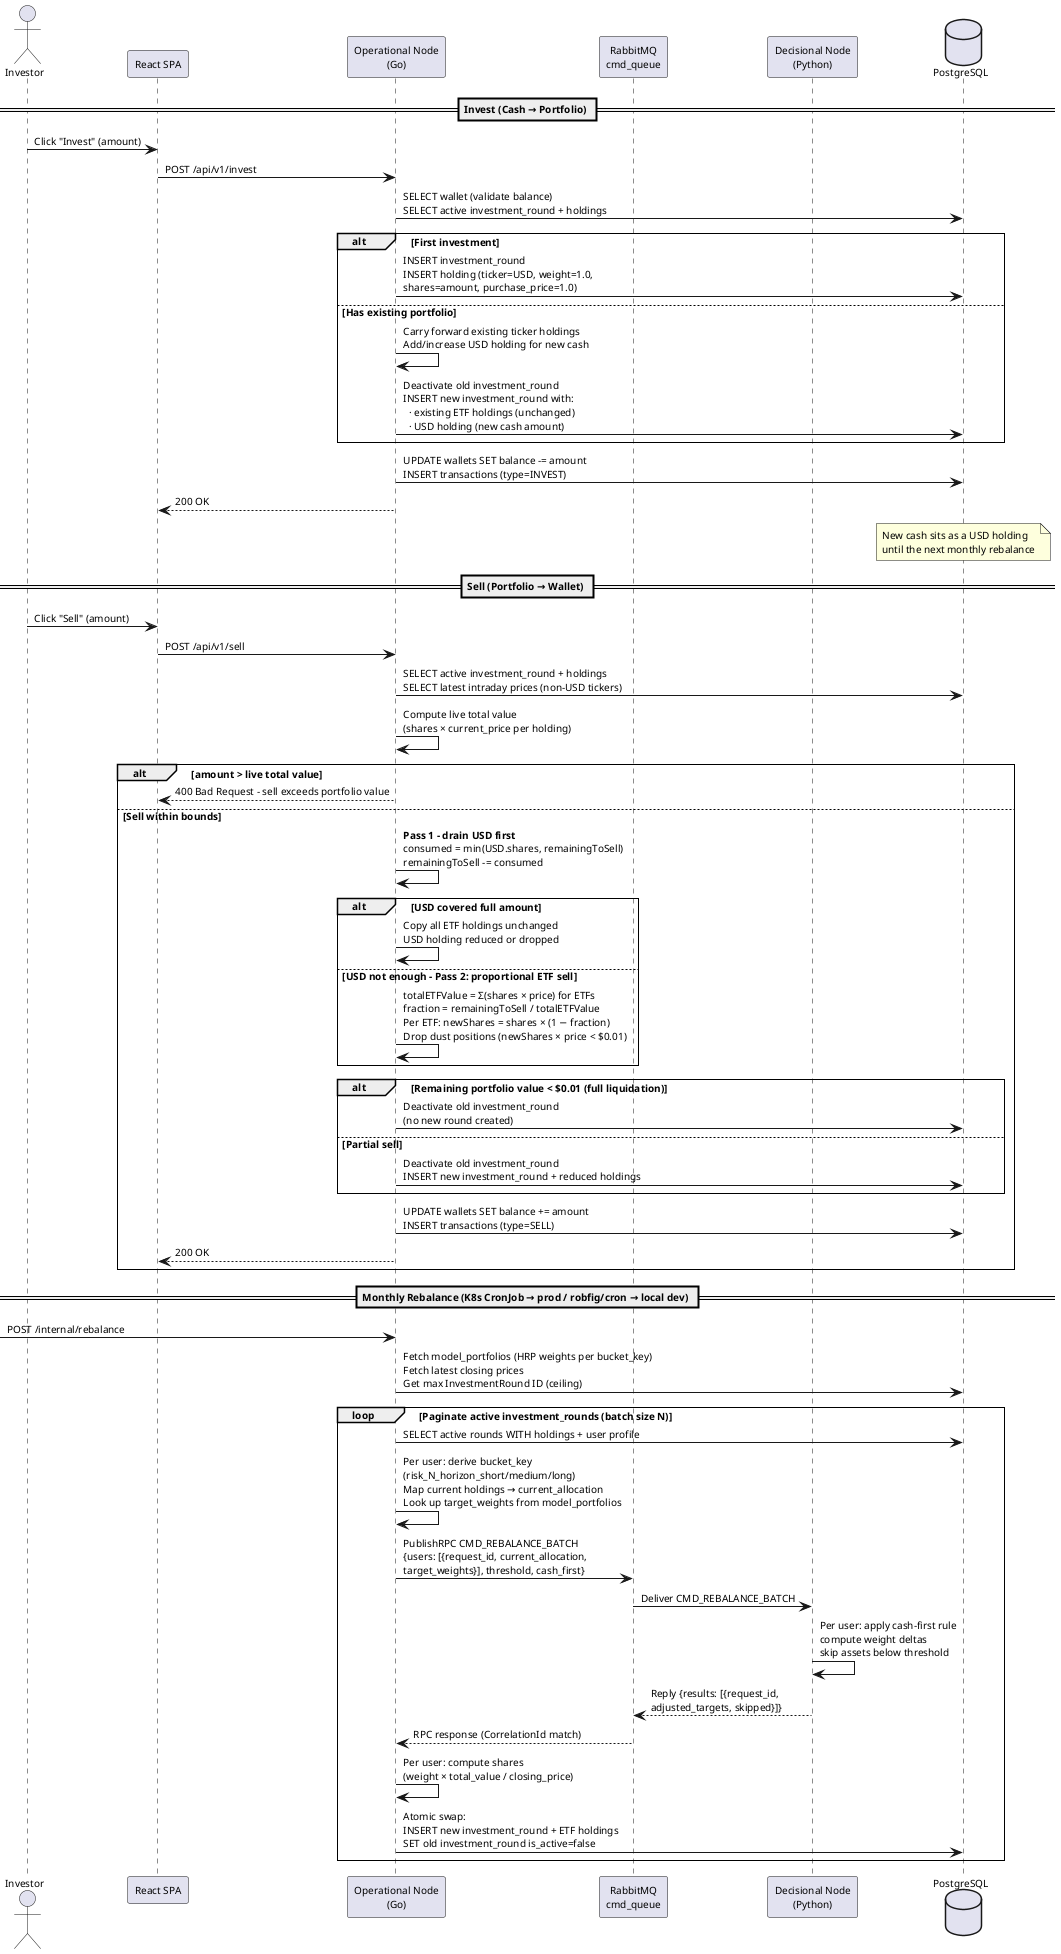
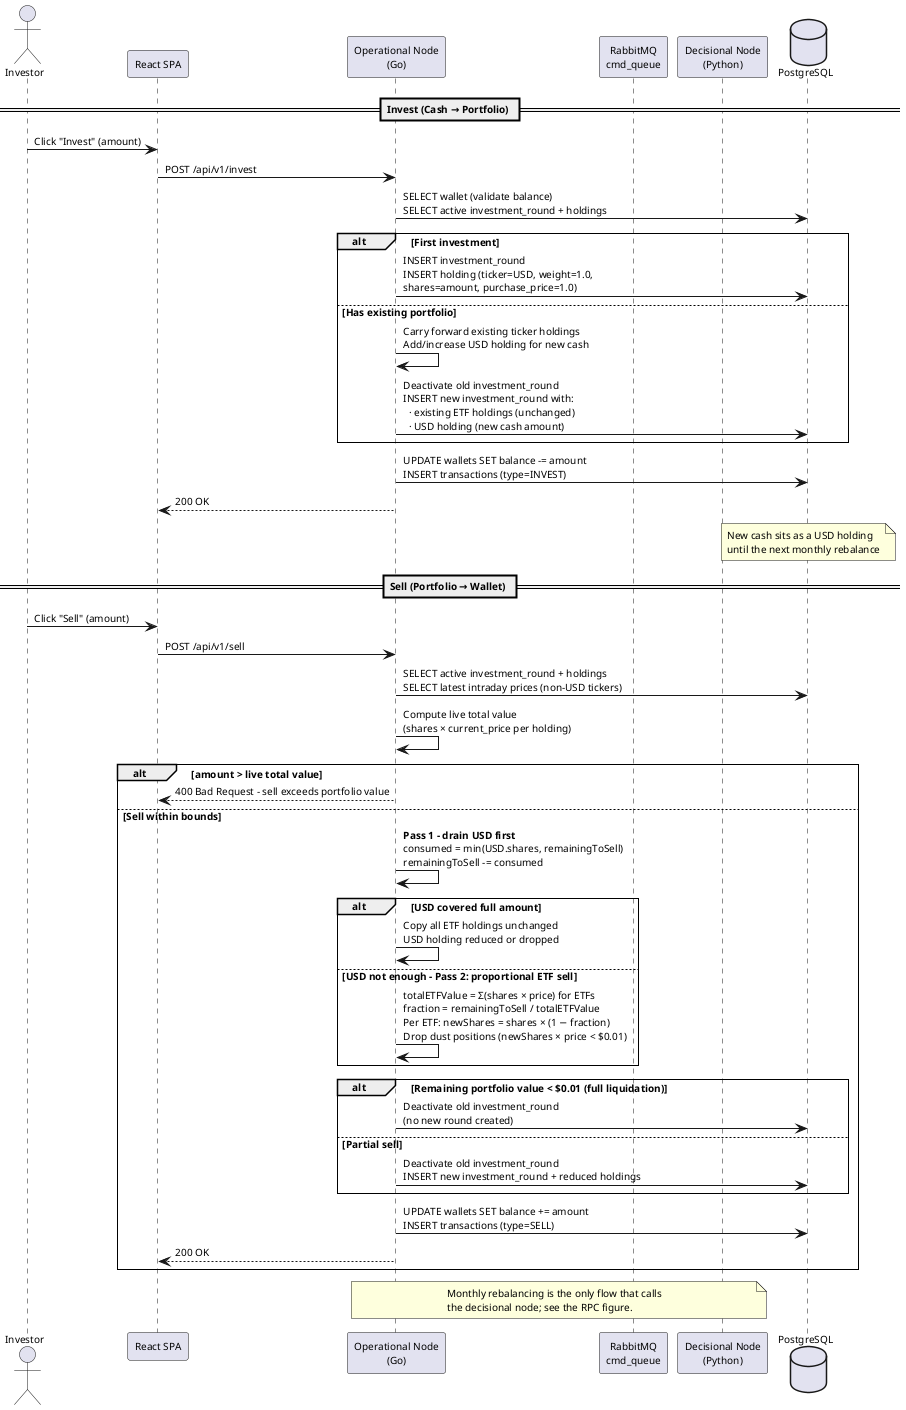
@startuml InvestPilot-Sequence-Investment
skinparam defaultFontSize 10
skinparam defaultFontName Arial
skinparam sequenceArrowThickness 1
skinparam sequenceGroupBorderThickness 1

actor "Investor" as User
participant "React SPA" as SPA
participant "Operational Node\n(Go)" as Go
participant "RabbitMQ\ncmd_queue" as MQ
participant "Decisional Node\n(Python)" as Python
database "PostgreSQL" as DB


== Invest (Cash → Portfolio) ==

User -> SPA : Click "Invest" (amount)
SPA -> Go : POST /api/v1/invest
Go -> DB : SELECT wallet (validate balance)\nSELECT active investment_round + holdings

alt First investment
    Go -> DB : INSERT investment_round\nINSERT holding (ticker=USD, weight=1.0,\nshares=amount, purchase_price=1.0)
else Has existing portfolio
    Go -> Go : Carry forward existing ticker holdings\nAdd/increase USD holding for new cash
    Go -> DB : Deactivate old investment_round\nINSERT new investment_round with:\n  · existing ETF holdings (unchanged)\n  · USD holding (new cash amount)
end

Go -> DB : UPDATE wallets SET balance -= amount\nINSERT transactions (type=INVEST)
Go --> SPA : 200 OK

note over DB : New cash sits as a USD holding\nuntil the next monthly rebalance

== Sell (Portfolio → Wallet) ==

User -> SPA : Click "Sell" (amount)
SPA -> Go : POST /api/v1/sell
Go -> DB : SELECT active investment_round + holdings\nSELECT latest intraday prices (non-USD tickers)
Go -> Go : Compute live total value\n(shares × current_price per holding)

alt amount > live total value
    Go --> SPA : 400 Bad Request - sell exceeds portfolio value
else Sell within bounds
    Go -> Go : **Pass 1 - drain USD first**\nconsumed = min(USD.shares, remainingToSell)\nremainingToSell -= consumed

    alt USD covered full amount
        Go -> Go : Copy all ETF holdings unchanged\nUSD holding reduced or dropped
    else USD not enough - Pass 2: proportional ETF sell
        Go -> Go : totalETFValue = Σ(shares × price) for ETFs\nfraction = remainingToSell / totalETFValue\nPer ETF: newShares = shares × (1 − fraction)\nDrop dust positions (newShares × price < $0.01)
    end

    alt Remaining portfolio value < $0.01 (full liquidation)
        Go -> DB : Deactivate old investment_round\n(no new round created)
    else Partial sell
        Go -> DB : Deactivate old investment_round\nINSERT new investment_round + reduced holdings
    end

    Go -> DB : UPDATE wallets SET balance += amount\nINSERT transactions (type=SELL)
    Go --> SPA : 200 OK
end

- == Monthly Rebalance (K8s CronJob → prod / robfig/cron → local dev) ==
- 
- [-> Go : POST /internal/rebalance
- 
- Go -> DB : Fetch model_portfolios (HRP weights per bucket_key)\nFetch latest closing prices\nGet max InvestmentRound ID (ceiling)
- 
- loop Paginate active investment_rounds (batch size N)
-     Go -> DB : SELECT active rounds WITH holdings + user profile
-     Go -> Go : Per user: derive bucket_key\n(risk_N_horizon_short/medium/long)\nMap current holdings → current_allocation\nLook up target_weights from model_portfolios
-     Go -> MQ : PublishRPC CMD_REBALANCE_BATCH\n{users: [{request_id, current_allocation,\ntarget_weights}], threshold, cash_first}
-     MQ -> Python : Deliver CMD_REBALANCE_BATCH
-     Python -> Python : Per user: apply cash-first rule\ncompute weight deltas\nskip assets below threshold
-     Python --> MQ : Reply {results: [{request_id,\nadjusted_targets, skipped}]}
-     MQ --> Go : RPC response (CorrelationId match)
-     Go -> Go : Per user: compute shares\n(weight × total_value / closing_price)
-     Go -> DB : Atomic swap:\nINSERT new investment_round + ETF holdings\nSET old investment_round is_active=false
- end
+ note over Go, Python : Monthly rebalancing is the only flow that calls\nthe decisional node; see the RPC figure.

@enduml